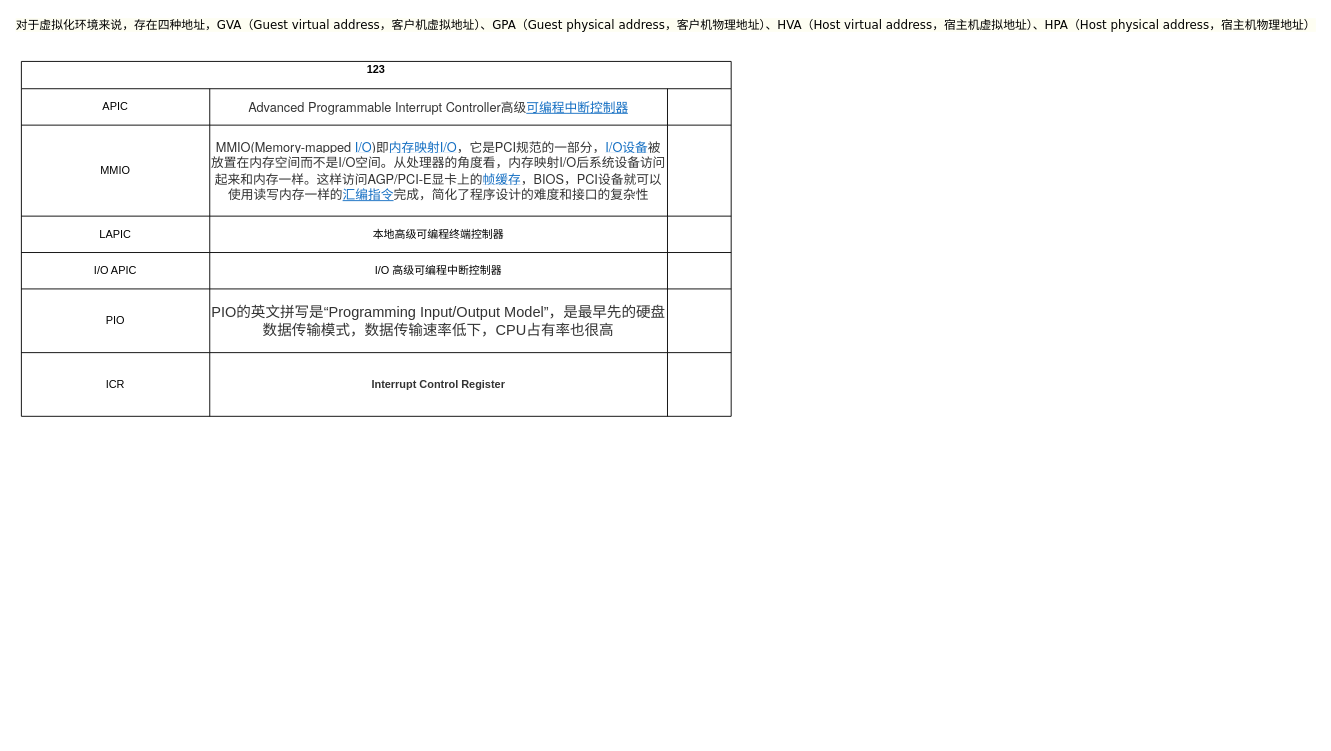
ganjue66da/ganjue66da keeps this draw.io diagram as page "虚拟化" (3 of 3) of note_fork.drawio. Above is the earlier version. Source tidied: cells renumbered, new cells numbered last; positions are measured from the earlier drawing's top-left corner, leaving out a move shared by most shapes. Both pictures are drawn from the tidied source at 91%, with x=0, y=0 at pixel (21, 15).
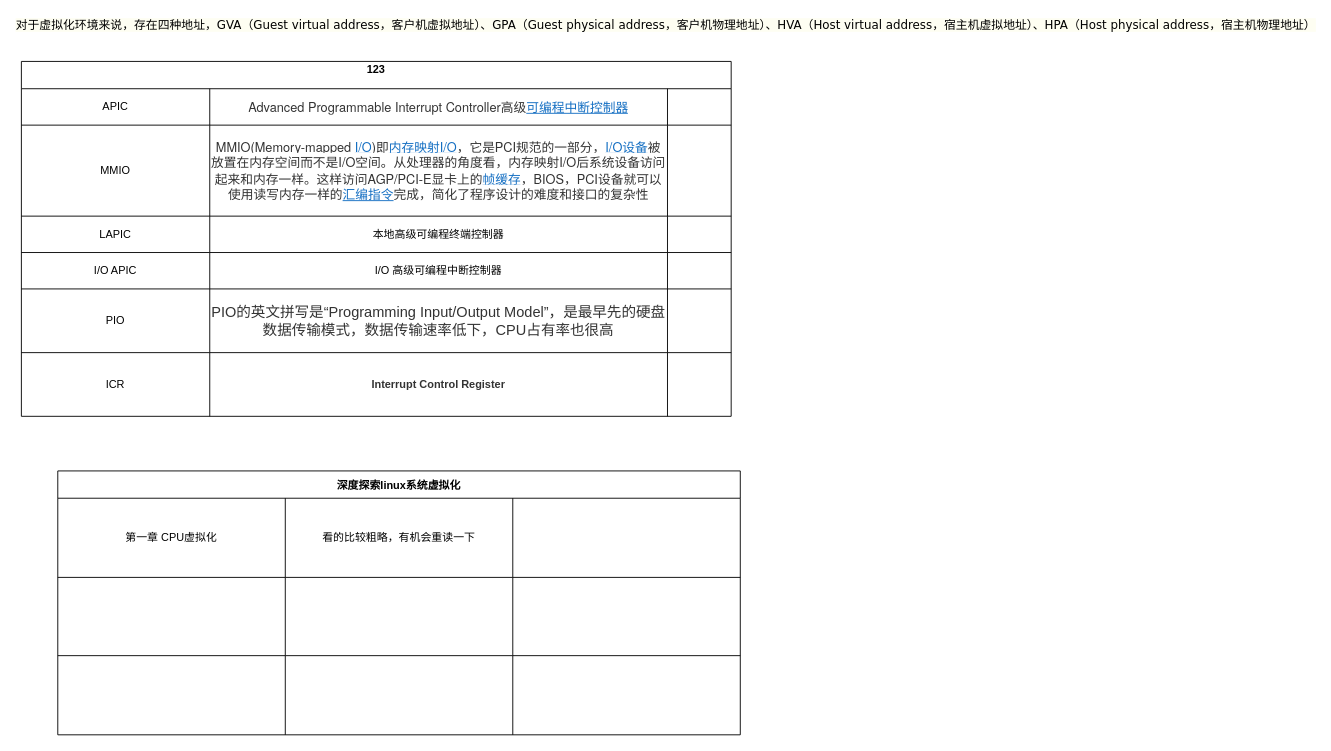
Above is the later version.

The edit, as a diff of the source:
```diff
@@
+    <mxCell id="28" value="深度探索linux系统虚拟化" style="shape=table;startSize=30;childLayout=tableLayout;fontStyle=1;align=center;" parent="1" vertex="1">
+      <mxGeometry x="40" y="500" width="750" height="290" as="geometry" />
+    </mxCell>
+    <mxCell id="29" style="shape=partialRectangle;html=1;whiteSpace=wrap;fillColor=none;top=0;left=0;bottom=0;right=0;" parent="28" vertex="1">
+      <mxGeometry y="30" width="750" height="87" as="geometry" />
+    </mxCell>
+    <mxCell id="30" value="第一章 CPU虚拟化" style="shape=partialRectangle;html=1;whiteSpace=wrap;fillColor=none;top=0;left=0;bottom=0;right=0;overflow=hidden;" parent="29" vertex="1">
+      <mxGeometry width="250" height="87" as="geometry" />
+    </mxCell>
+    <mxCell id="31" value="看的比较粗略，有机会重读一下" style="shape=partialRectangle;html=1;whiteSpace=wrap;fillColor=none;top=0;left=0;bottom=0;right=0;overflow=hidden;" parent="29" vertex="1">
+      <mxGeometry x="250" width="250" height="87" as="geometry" />
+    </mxCell>
+    <mxCell id="32" style="shape=partialRectangle;html=1;whiteSpace=wrap;fillColor=none;top=0;left=0;bottom=0;right=0;overflow=hidden;" parent="29" vertex="1">
+      <mxGeometry x="500" width="250" height="87" as="geometry" />
+    </mxCell>
+    <mxCell id="33" style="shape=partialRectangle;html=1;whiteSpace=wrap;fillColor=none;top=0;left=0;bottom=0;right=0;" parent="28" vertex="1">
+      <mxGeometry y="117" width="750" height="86" as="geometry" />
+    </mxCell>
+    <mxCell id="34" style="shape=partialRectangle;html=1;whiteSpace=wrap;fillColor=none;top=0;left=0;bottom=0;right=0;overflow=hidden;" parent="33" vertex="1">
+      <mxGeometry width="250" height="86" as="geometry" />
+    </mxCell>
+    <mxCell id="35" style="shape=partialRectangle;html=1;whiteSpace=wrap;fillColor=none;top=0;left=0;bottom=0;right=0;overflow=hidden;" parent="33" vertex="1">
+      <mxGeometry x="250" width="250" height="86" as="geometry" />
+    </mxCell>
+    <mxCell id="36" style="shape=partialRectangle;html=1;whiteSpace=wrap;fillColor=none;top=0;left=0;bottom=0;right=0;overflow=hidden;" parent="33" vertex="1">
+      <mxGeometry x="500" width="250" height="86" as="geometry" />
+    </mxCell>
+    <mxCell id="37" style="shape=partialRectangle;html=1;whiteSpace=wrap;fillColor=none;top=0;left=0;bottom=0;right=0;" parent="28" vertex="1">
+      <mxGeometry y="203" width="750" height="87" as="geometry" />
+    </mxCell>
+    <mxCell id="38" style="shape=partialRectangle;html=1;whiteSpace=wrap;fillColor=none;top=0;left=0;bottom=0;right=0;overflow=hidden;" parent="37" vertex="1">
+      <mxGeometry width="250" height="87" as="geometry" />
+    </mxCell>
+    <mxCell id="39" style="shape=partialRectangle;html=1;whiteSpace=wrap;fillColor=none;top=0;left=0;bottom=0;right=0;overflow=hidden;" parent="37" vertex="1">
+      <mxGeometry x="250" width="250" height="87" as="geometry" />
+    </mxCell>
+    <mxCell id="40" style="shape=partialRectangle;html=1;whiteSpace=wrap;fillColor=none;top=0;left=0;bottom=0;right=0;overflow=hidden;" parent="37" vertex="1">
+      <mxGeometry x="500" width="250" height="87" as="geometry" />
+    </mxCell>
```
